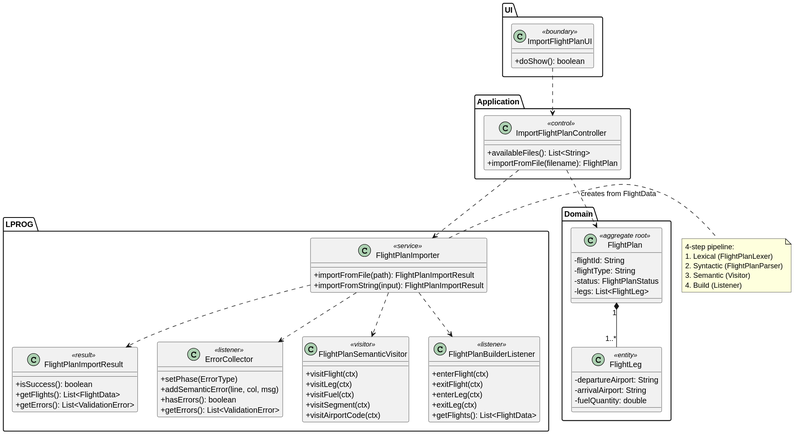
This is docs/Sprint 3/EAPLI/US081/svg/US081-class-diagram.svg from DuartePinto1240/sem4pi2526-sem4pi2526_2da2, a PlantUML export, as it was before one commit. Source of this version:
```plantuml
@startuml
skinparam classAttributeIconSize 0

package "UI" {
  class ImportFlightPlanUI <<boundary>> {
    +doShow(): boolean
  }
}

package "Application" {
  class ImportFlightPlanController <<control>> {
    +availableFiles(): List<String>
    +importFromFile(filename): FlightPlan
  }
}

package "LPROG" {
  class FlightPlanImporter <<service>> {
    +importFromFile(path): FlightPlanImportResult
    +importFromString(input): FlightPlanImportResult
  }
  class FlightPlanImportResult <<result>> {
    +isSuccess(): boolean
    +getFlights(): List<FlightData>
    +getErrors(): List<ValidationError>
  }
  class ErrorCollector <<listener>> {
    +setPhase(ErrorType)
    +addSemanticError(line, col, msg)
    +hasErrors(): boolean
    +getErrors(): List<ValidationError>
  }
  class FlightPlanSemanticVisitor <<visitor>> {
    +visitFlight(ctx)
    +visitLeg(ctx)
    +visitFuel(ctx)
    +visitSegment(ctx)
    +visitAirportCode(ctx)
  }
  class FlightPlanBuilderListener <<listener>> {
    +enterFlight(ctx)
    +exitFlight(ctx)
    +enterLeg(ctx)
    +exitLeg(ctx)
    +getFlights(): List<FlightData>
  }
}

package "Domain" {
  class FlightPlan <<aggregate root>> {
    -flightId: String
    -flightType: String
    -status: FlightPlanStatus
    -legs: List<FlightLeg>
  }
  class FlightLeg <<entity>> {
    -departureAirport: String
    -arrivalAirport: String
    -fuelQuantity: double
  }
}

ImportFlightPlanUI ..> ImportFlightPlanController
ImportFlightPlanController ..> FlightPlanImporter
FlightPlanImporter ..> ErrorCollector
FlightPlanImporter ..> FlightPlanSemanticVisitor
FlightPlanImporter ..> FlightPlanBuilderListener
FlightPlanImporter ..> FlightPlanImportResult
ImportFlightPlanController ..> FlightPlan : creates from FlightData
FlightPlan "1" *-- "1..*" FlightLeg

note right of FlightPlanImporter
  4-step pipeline:
  1. Lexical (FlightPlanLexer)
  2. Syntactic (FlightPlanParser)
  3. Semantic (Visitor)
  4. Build (Listener)
end note
@enduml
```
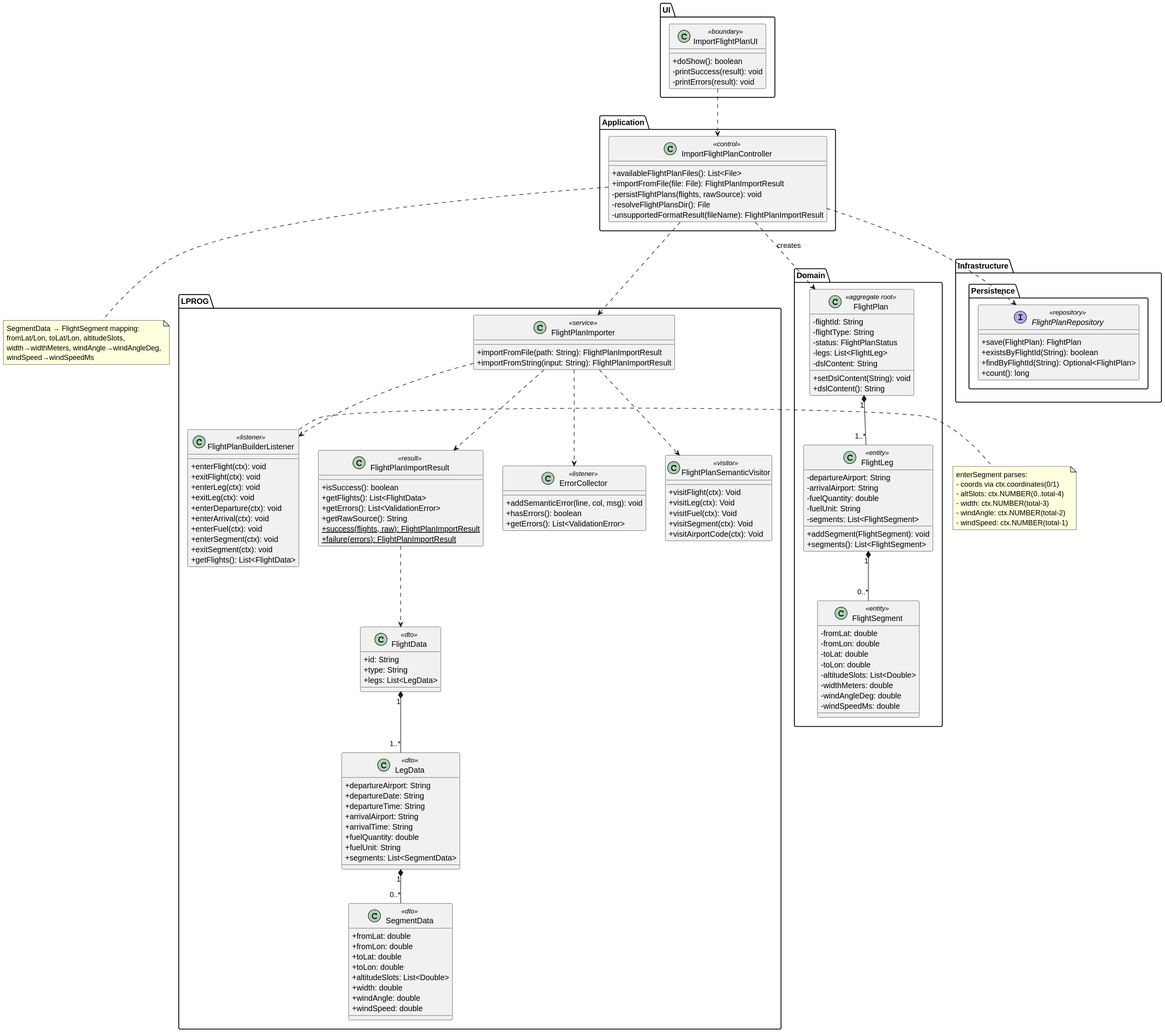
After the commit.

What changed in the source:
```diff
@@ -4,45 +4,82 @@
 package "UI" {
   class ImportFlightPlanUI <<boundary>> {
     +doShow(): boolean
+    -printSuccess(result): void
+    -printErrors(result): void
   }
 }
 
 package "Application" {
   class ImportFlightPlanController <<control>> {
-    +availableFiles(): List<String>
-    +importFromFile(filename): FlightPlan
+    +availableFlightPlanFiles(): List<File>
+    +importFromFile(file: File): FlightPlanImportResult
+    -persistFlightPlans(flights, rawSource): void
+    -resolveFlightPlansDir(): File
+    -unsupportedFormatResult(fileName): FlightPlanImportResult
   }
 }
 
 package "LPROG" {
   class FlightPlanImporter <<service>> {
-    +importFromFile(path): FlightPlanImportResult
-    +importFromString(input): FlightPlanImportResult
+    +importFromFile(path: String): FlightPlanImportResult
+    +importFromString(input: String): FlightPlanImportResult
   }
   class FlightPlanImportResult <<result>> {
     +isSuccess(): boolean
     +getFlights(): List<FlightData>
     +getErrors(): List<ValidationError>
+    +getRawSource(): String
+    +{static} success(flights, raw): FlightPlanImportResult
+    +{static} failure(errors): FlightPlanImportResult
   }
   class ErrorCollector <<listener>> {
-    +setPhase(ErrorType)
-    +addSemanticError(line, col, msg)
+    +addSemanticError(line, col, msg): void
     +hasErrors(): boolean
     +getErrors(): List<ValidationError>
   }
   class FlightPlanSemanticVisitor <<visitor>> {
-    +visitFlight(ctx)
-    +visitLeg(ctx)
-    +visitFuel(ctx)
-    +visitSegment(ctx)
-    +visitAirportCode(ctx)
+    +visitFlight(ctx): Void
+    +visitLeg(ctx): Void
+    +visitFuel(ctx): Void
+    +visitSegment(ctx): Void
+    +visitAirportCode(ctx): Void
   }
   class FlightPlanBuilderListener <<listener>> {
-    +enterFlight(ctx)
-    +exitFlight(ctx)
-    +enterLeg(ctx)
-    +exitLeg(ctx)
+    +enterFlight(ctx): void
+    +exitFlight(ctx): void
+    +enterLeg(ctx): void
+    +exitLeg(ctx): void
+    +enterDeparture(ctx): void
+    +enterArrival(ctx): void
+    +enterFuel(ctx): void
+    +enterSegment(ctx): void
+    +exitSegment(ctx): void
     +getFlights(): List<FlightData>
+  }
+  class FlightData <<dto>> {
+    +id: String
+    +type: String
+    +legs: List<LegData>
+  }
+  class LegData <<dto>> {
+    +departureAirport: String
+    +departureDate: String
+    +departureTime: String
+    +arrivalAirport: String
+    +arrivalTime: String
+    +fuelQuantity: double
+    +fuelUnit: String
+    +segments: List<SegmentData>
+  }
+  class SegmentData <<dto>> {
+    +fromLat: double
+    +fromLon: double
+    +toLat: double
+    +toLon: double
+    +altitudeSlots: List<Double>
+    +width: double
+    +windAngle: double
+    +windSpeed: double
   }
 }
 
@@ -52,28 +89,67 @@
     -flightType: String
     -status: FlightPlanStatus
     -legs: List<FlightLeg>
+    -dslContent: String
+    +setDslContent(String): void
+    +dslContent(): String
   }
   class FlightLeg <<entity>> {
     -departureAirport: String
     -arrivalAirport: String
     -fuelQuantity: double
+    -fuelUnit: String
+    -segments: List<FlightSegment>
+    +addSegment(FlightSegment): void
+    +segments(): List<FlightSegment>
+  }
+  class FlightSegment <<entity>> {
+    -fromLat: double
+    -fromLon: double
+    -toLat: double
+    -toLon: double
+    -altitudeSlots: List<Double>
+    -widthMeters: double
+    -windAngleDeg: double
+    -windSpeedMs: double
+  }
+}
+
+package "Infrastructure.Persistence" {
+  interface FlightPlanRepository <<repository>> {
+    +save(FlightPlan): FlightPlan
+    +existsByFlightId(String): boolean
+    +findByFlightId(String): Optional<FlightPlan>
+    +count(): long
   }
 }
 
 ImportFlightPlanUI ..> ImportFlightPlanController
 ImportFlightPlanController ..> FlightPlanImporter
+ImportFlightPlanController ..> FlightPlan : creates
+ImportFlightPlanController ..> FlightPlanRepository
 FlightPlanImporter ..> ErrorCollector
 FlightPlanImporter ..> FlightPlanSemanticVisitor
 FlightPlanImporter ..> FlightPlanBuilderListener
 FlightPlanImporter ..> FlightPlanImportResult
-ImportFlightPlanController ..> FlightPlan : creates from FlightData
+FlightPlanImportResult ..> FlightData
+FlightData "1" *-- "1..*" LegData
+LegData "1" *-- "0..*" SegmentData
 FlightPlan "1" *-- "1..*" FlightLeg
+FlightLeg "1" *-- "0..*" FlightSegment
 
-note right of FlightPlanImporter
-  4-step pipeline:
-  1. Lexical (FlightPlanLexer)
-  2. Syntactic (FlightPlanParser)
-  3. Semantic (Visitor)
-  4. Build (Listener)
+note right of FlightPlanBuilderListener
+  enterSegment parses:
+  - coords via ctx.coordinates(0/1)
+  - altSlots: ctx.NUMBER(0..total-4)
+  - width: ctx.NUMBER(total-3)
+  - windAngle: ctx.NUMBER(total-2)
+  - windSpeed: ctx.NUMBER(total-1)
+end note
+
+note bottom of ImportFlightPlanController
+  SegmentData → FlightSegment mapping:
+  fromLat/Lon, toLat/Lon, altitudeSlots,
+  width→widthMeters, windAngle→windAngleDeg,
+  windSpeed→windSpeedMs
 end note
 @enduml
```
